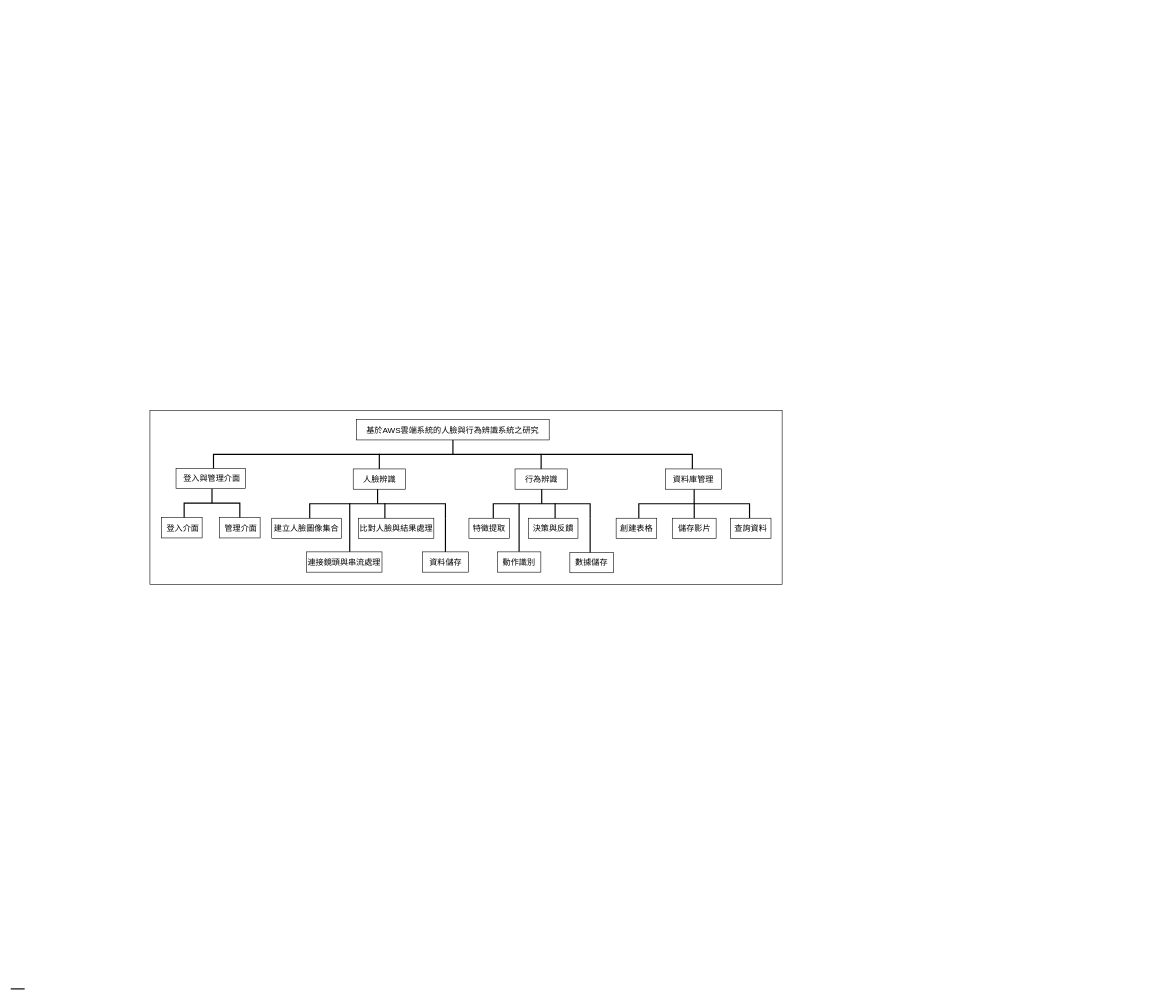
This is diagram/未命名绘图.drawio from sen2003/aws_faceDetect_project, a draw.io file, before an edit. Source tidied: cells renumbered, new cells numbered last; positions are measured from the earlier drawing's top-left corner, leaving out a move shared by most shapes. Both pictures are drawn from the tidied source at 58%, with x=0, y=0 at pixel (10, 215).
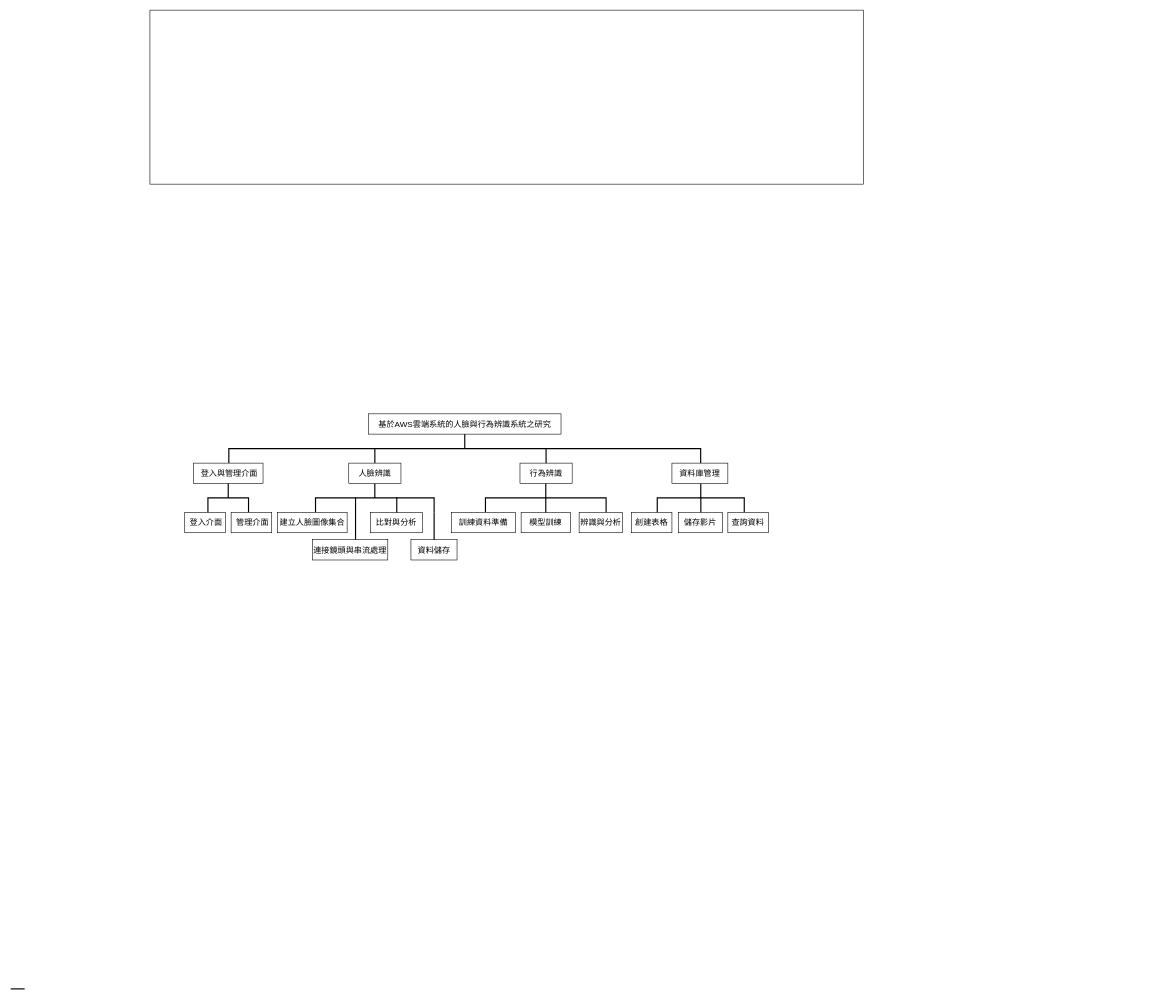
After the change.

Commit message (it also covers changes not shown here):
更新未命名绘图.drawio

Unchanged cells that the change refers to:
```xml
<mxCell id="4" style="group;" parent="3" vertex="1">
  <mxGeometry x="-186" y="246" width="1367" height="505.6" as="geometry" />
</mxCell>
<mxCell id="7" style="group;" parent="4" vertex="1">
  <mxGeometry x="166" y="120" width="373.5" height="143" as="geometry" />
</mxCell>
<mxCell id="15" style="group;" parent="11" vertex="1">
  <mxGeometry x="69.5" y="82" width="110" height="61" as="geometry" />
</mxCell>
```

What changed in the source:
```diff
@@
     <mxCell id="2" style="rounded=0;whiteSpace=wrap;html=1;" parent="1" vertex="1">
-      <mxGeometry x="240" y="337" width="1090" height="300" as="geometry" />
+      <mxGeometry x="240" y="-353" width="1230" height="300" as="geometry" />
     </mxCell>
     <mxCell id="3" style="group;strokeWidth=2;" parent="1" vertex="1">
-      <mxGeometry x="470" y="107" width="1500.6" height="1200" as="geometry" />
+      <mxGeometry x="470" y="97" width="1500.6" height="1200" as="geometry" />
     </mxCell>
@@
     <mxCell id="5" style="strokeWidth=2;html=1;shape=mxgraph.flowchart.annotation_2;align=left;labelPosition=right;rotation=90;perimeterSpacing=0;flipV=0;flipH=1;direction=west;" parent="4" vertex="1">
-      <mxGeometry x="453.4" y="-352.8" width="50" height="825.6" as="geometry" />
+      <mxGeometry x="473.8" y="-346.8" width="50" height="813.5" as="geometry" />
     </mxCell>
     <mxCell id="6" value="&lt;font style=&quot;font-size: 14px;&quot;&gt;基於AWS雲端系統的人臉與行為辨識系統之研究&lt;/font&gt;" style="rounded=0;whiteSpace=wrap;html=1;" parent="4" vertex="1">
-      <mxGeometry x="312.4" width="332" height="35" as="geometry" />
+      <mxGeometry x="332.8" width="332" height="35" as="geometry" />
     </mxCell>
@@
-    <mxCell id="8" style="group;" parent="7" vertex="1">
-      <mxGeometry x="140.5" y="-61" width="90" height="61" as="geometry" />
-    </mxCell>
-    <mxCell id="9" style="line;strokeWidth=2;direction=south;html=1;perimeter=backbonePerimeter;" parent="8" vertex="1">
-      <mxGeometry x="40" width="10" height="26" as="geometry" />
-    </mxCell>
-    <mxCell id="10" value="&lt;font style=&quot;font-size: 14px;&quot;&gt;人臉辨識&lt;/font&gt;" style="rounded=0;whiteSpace=wrap;html=1;" parent="8" vertex="1">
-      <mxGeometry y="26" width="90" height="35" as="geometry" />
-    </mxCell>
     <mxCell id="11" style="group;" parent="7" vertex="1">
-      <mxGeometry width="353" height="143" as="geometry" />
+      <mxGeometry x="10" width="353" height="143" as="geometry" />
     </mxCell>
-    <mxCell id="12" style="edgeStyle=orthogonalEdgeStyle;rounded=0;jettySize=auto;html=1;exitX=1;exitY=0;exitDx=0;exitDy=0;exitPerimeter=0;endArrow=none;endFill=0;strokeWidth=2;" parent="11" edge="1" source="13">
-      <mxGeometry relative="1" as="geometry">
-        <mxPoint x="308" y="115" as="targetPoint" />
-        <Array as="points">
-          <mxPoint x="299.5" y="50" />
-          <mxPoint x="299.5" y="115" />
-        </Array>
-      </mxGeometry>
-    </mxCell>
     <mxCell id="13" style="strokeWidth=2;html=1;shape=mxgraph.flowchart.annotation_2;align=left;labelPosition=right;direction=south;" parent="11" vertex="1">
-      <mxGeometry x="65.5" width="234" height="50" as="geometry" />
+      <mxGeometry x="65.5" width="204.5" height="50" as="geometry" />
     </mxCell>
@@
     <mxCell id="16" value="&lt;div&gt;&lt;font style=&quot;font-size: 14px;&quot;&gt;連接鏡頭與串流處理&lt;/font&gt;&lt;/div&gt;" style="rounded=0;whiteSpace=wrap;html=1;align=center;" parent="15" vertex="1">
-      <mxGeometry x="-9.4" y="26" width="130" height="35" as="geometry" />
+      <mxGeometry x="-9.4" y="15" width="130" height="35" as="geometry" />
     </mxCell>
-    <mxCell id="17" style="group;" parent="11" vertex="1">
-      <mxGeometry x="149.5" y="24" width="130" height="61" as="geometry" />
-    </mxCell>
+    <mxCell id="21" style="line;strokeWidth=2;direction=south;html=1;perimeter=backbonePerimeter;" parent="11" vertex="1">
+      <mxGeometry x="129.5" y="24" width="10" height="73" as="geometry" />
+    </mxCell>
-    <mxCell id="18" value="&lt;div style=&quot;font-size: 14px;&quot;&gt;&lt;font style=&quot;font-size: 14px;&quot;&gt;比對人臉與結果處理&lt;/font&gt;&lt;/div&gt;" style="rounded=0;whiteSpace=wrap;html=1;" parent="17" vertex="1">
-      <mxGeometry y="26" width="130" height="35" as="geometry" />
+    <mxCell id="18" value="&lt;div style=&quot;font-size: 14px;&quot;&gt;&lt;font style=&quot;font-size: 14px;&quot;&gt;比對與分析&lt;/font&gt;&lt;/div&gt;" style="rounded=0;whiteSpace=wrap;html=1;" parent="11" vertex="1">
+      <mxGeometry x="160" y="50" width="90" height="35" as="geometry" />
     </mxCell>
-    <mxCell id="19" style="line;strokeWidth=2;direction=south;html=1;perimeter=backbonePerimeter;" parent="17" vertex="1">
-      <mxGeometry x="40.6" width="10" height="26" as="geometry" />
+    <mxCell id="19" style="line;strokeWidth=2;direction=south;html=1;perimeter=backbonePerimeter;" parent="11" vertex="1">
+      <mxGeometry x="200.6" y="24" width="10" height="26" as="geometry" />
     </mxCell>
     <mxCell id="20" value="&lt;div style=&quot;font-size: 14px;&quot;&gt;&lt;font style=&quot;font-size: 14px;&quot;&gt;資料儲存&lt;/font&gt;&lt;/div&gt;" style="rounded=0;whiteSpace=wrap;html=1;" parent="11" vertex="1">
-      <mxGeometry x="260" y="108" width="79.5" height="35" as="geometry" />
+      <mxGeometry x="230" y="97" width="79.5" height="35" as="geometry" />
     </mxCell>
-    <mxCell id="21" style="line;strokeWidth=2;direction=south;html=1;perimeter=backbonePerimeter;" parent="11" vertex="1">
-      <mxGeometry x="129.5" y="24" width="10" height="84" as="geometry" />
-    </mxCell>
+    <mxCell id="51" style="edgeStyle=orthogonalEdgeStyle;rounded=0;jettySize=auto;html=1;exitX=1;exitY=0;exitDx=0;exitDy=0;exitPerimeter=0;endArrow=none;endFill=0;strokeWidth=2;" parent="11" edge="1" source="13" target="20">
+      <mxGeometry relative="1" as="geometry">
+        <Array as="points">
+          <mxPoint x="270" y="84" />
+          <mxPoint x="270" y="84" />
+        </Array>
+      </mxGeometry>
+    </mxCell>
+    <mxCell id="8" style="group;" parent="11" vertex="1">
+      <mxGeometry x="122.8" y="-61" width="90" height="61" as="geometry" />
+    </mxCell>
+    <mxCell id="9" style="line;strokeWidth=2;direction=south;html=1;perimeter=backbonePerimeter;" parent="8" vertex="1">
+      <mxGeometry x="40" width="10" height="26" as="geometry" />
+    </mxCell>
+    <mxCell id="10" value="&lt;font style=&quot;font-size: 14px;&quot;&gt;人臉辨識&lt;/font&gt;" style="rounded=0;whiteSpace=wrap;html=1;" parent="8" vertex="1">
+      <mxGeometry y="26" width="90" height="35" as="geometry" />
+    </mxCell>
@@
     <mxCell id="23" style="group;" parent="4" vertex="1">
-      <mxGeometry x="741.5" y="85" width="370" height="140" as="geometry" />
+      <mxGeometry x="786" y="85" width="370" height="140" as="geometry" />
     </mxCell>
     <mxCell id="24" style="group;" parent="23" vertex="1">
-      <mxGeometry x="18.3" width="267" height="120" as="geometry" />
+      <mxGeometry width="267" height="120" as="geometry" />
     </mxCell>
+    <mxCell id="52" style="group;" parent="24" vertex="1">
+      <mxGeometry width="236.4" height="120" as="geometry" />
+    </mxCell>
-    <mxCell id="25" style="strokeWidth=2;html=1;shape=mxgraph.flowchart.annotation_2;align=left;labelPosition=right;direction=south;" parent="24" vertex="1">
-      <mxGeometry x="39.1" y="35" width="190.9" height="50" as="geometry" />
+    <mxCell id="25" style="strokeWidth=2;html=1;shape=mxgraph.flowchart.annotation_2;align=left;labelPosition=right;direction=south;" parent="52" vertex="1">
+      <mxGeometry x="44.7" y="35" width="150" height="50" as="geometry" />
     </mxCell>
-    <mxCell id="26" value="&lt;div style=&quot;font-size: 14px;&quot;&gt;創建表格&lt;/div&gt;" style="rounded=0;whiteSpace=wrap;html=1;align=center;" parent="24" vertex="1">
+    <mxCell id="26" value="&lt;div style=&quot;font-size: 14px;&quot;&gt;創建表格&lt;/div&gt;" style="rounded=0;whiteSpace=wrap;html=1;align=center;" parent="52" vertex="1">
       <mxGeometry y="85" width="70" height="35" as="geometry" />
     </mxCell>
-    <mxCell id="27" style="group;" parent="24" vertex="1">
-      <mxGeometry x="96.8" y="59" width="75.6" height="61" as="geometry" />
+    <mxCell id="27" style="group;" parent="52" vertex="1">
+      <mxGeometry x="81.4" y="59" width="75.6" height="61" as="geometry" />
     </mxCell>
     <mxCell id="28" style="line;strokeWidth=2;direction=south;html=1;perimeter=backbonePerimeter;" parent="27" vertex="1">
-      <mxGeometry x="34.4" width="6.9" height="26" as="geometry" />
+      <mxGeometry x="35" width="6.9" height="26" as="geometry" />
     </mxCell>
-    <mxCell id="29" value="&lt;div style=&quot;font-size: 14px;&quot;&gt;&lt;font style=&quot;font-size: 14px;&quot;&gt;查詢資料&lt;/font&gt;&lt;/div&gt;" style="rounded=0;whiteSpace=wrap;html=1;" parent="24" vertex="1">
-      <mxGeometry x="197" y="85" width="70" height="35" as="geometry" />
+    <mxCell id="29" value="&lt;div style=&quot;font-size: 14px;&quot;&gt;&lt;font style=&quot;font-size: 14px;&quot;&gt;查詢資料&lt;/font&gt;&lt;/div&gt;" style="rounded=0;whiteSpace=wrap;html=1;" parent="52" vertex="1">
+      <mxGeometry x="166.4" y="85" width="70" height="35" as="geometry" />
     </mxCell>
-    <mxCell id="30" value="&lt;div&gt;&lt;font style=&quot;font-size: 14px;&quot;&gt;儲存影片&lt;/font&gt;&lt;/div&gt;" style="rounded=0;whiteSpace=wrap;html=1;align=center;" parent="24" vertex="1">
-      <mxGeometry x="96.8" y="85" width="75.6" height="35" as="geometry" />
+    <mxCell id="30" value="&lt;div&gt;&lt;font style=&quot;font-size: 14px;&quot;&gt;儲存影片&lt;/font&gt;&lt;/div&gt;" style="rounded=0;whiteSpace=wrap;html=1;align=center;" parent="52" vertex="1">
+      <mxGeometry x="81.4" y="85" width="75.6" height="35" as="geometry" />
     </mxCell>
-    <mxCell id="31" value="&lt;font style=&quot;font-size: 14px;&quot;&gt;資料庫管理&lt;/font&gt;" style="rounded=0;whiteSpace=wrap;html=1;" parent="24" vertex="1">
-      <mxGeometry x="85.3" width="96.4" height="35" as="geometry" />
+    <mxCell id="31" value="&lt;font style=&quot;font-size: 14px;&quot;&gt;資料庫管理&lt;/font&gt;" style="rounded=0;whiteSpace=wrap;html=1;" parent="52" vertex="1">
+      <mxGeometry x="70" width="96.4" height="35" as="geometry" />
     </mxCell>
+    <mxCell id="53" style="group;" parent="4" vertex="1">
+      <mxGeometry x="521" y="59" width="298.3" height="205" as="geometry" />
+    </mxCell>
-    <mxCell id="32" style="group;" parent="4" vertex="1">
-      <mxGeometry x="506" y="59" width="249" height="205" as="geometry" />
+    <mxCell id="32" style="group;" parent="53" vertex="1">
+      <mxGeometry width="298.3" height="205" as="geometry" />
     </mxCell>
-    <mxCell id="33" style="group;" parent="32" vertex="1">
-      <mxGeometry x="79.5" width="90" height="61" as="geometry" />
-    </mxCell>
-    <mxCell id="34" style="line;strokeWidth=2;direction=south;html=1;perimeter=backbonePerimeter;" parent="33" vertex="1">
-      <mxGeometry x="40" width="10" height="26" as="geometry" />
+    <mxCell id="34" style="line;strokeWidth=2;direction=south;html=1;perimeter=backbonePerimeter;" parent="32" vertex="1">
+      <mxGeometry x="113" width="10" height="40" as="geometry" />
     </mxCell>
-    <mxCell id="35" value="&lt;font style=&quot;font-size: 14px;&quot;&gt;行為辨識&lt;/font&gt;" style="rounded=0;whiteSpace=wrap;html=1;" parent="33" vertex="1">
-      <mxGeometry y="26" width="90" height="35" as="geometry" />
+    <mxCell id="35" value="&lt;font style=&quot;font-size: 14px;&quot;&gt;行為辨識&lt;/font&gt;" style="rounded=0;whiteSpace=wrap;html=1;" parent="32" vertex="1">
+      <mxGeometry x="73" y="26" width="90" height="35" as="geometry" />
     </mxCell>
     <mxCell id="36" style="strokeWidth=2;html=1;shape=mxgraph.flowchart.annotation_2;align=left;labelPosition=right;direction=south;" parent="32" vertex="1">
-      <mxGeometry x="42" y="61" width="167" height="50" as="geometry" />
+      <mxGeometry x="13.5" y="61" width="208" height="50" as="geometry" />
     </mxCell>
-    <mxCell id="37" value="&lt;div style=&quot;font-size: 14px;&quot;&gt;&lt;font style=&quot;font-size: 14px;&quot;&gt;特徵提取&lt;/font&gt;&lt;/div&gt;" style="rounded=0;whiteSpace=wrap;html=1;align=center;" parent="32" vertex="1">
-      <mxGeometry y="111" width="70" height="35" as="geometry" />
+    <mxCell id="37" value="&lt;div style=&quot;font-size: 14px;&quot;&gt;&lt;font style=&quot;font-size: 14px;&quot;&gt;訓練資料準備&lt;/font&gt;&lt;/div&gt;" style="rounded=0;whiteSpace=wrap;html=1;align=center;" parent="32" vertex="1">
+      <mxGeometry x="-45" y="111" width="110" height="35" as="geometry" />
     </mxCell>
-    <mxCell id="38" value="&lt;div style=&quot;font-size: 14px;&quot;&gt;&lt;font style=&quot;font-size: 14px;&quot;&gt;數據儲存&lt;/font&gt;&lt;/div&gt;" style="rounded=0;whiteSpace=wrap;html=1;" parent="32" vertex="1">
-      <mxGeometry x="174" y="170" width="75" height="35" as="geometry" />
+    <mxCell id="38" value="&lt;div style=&quot;font-size: 14px;&quot;&gt;&lt;font style=&quot;font-size: 14px;&quot;&gt;辨識與分析&lt;/font&gt;&lt;/div&gt;" style="rounded=0;whiteSpace=wrap;html=1;" parent="32" vertex="1">
+      <mxGeometry x="175" y="111" width="75" height="35" as="geometry" />
     </mxCell>
-    <mxCell id="39" style="edgeStyle=orthogonalEdgeStyle;rounded=0;jettySize=auto;html=1;exitX=1;exitY=0;exitDx=0;exitDy=0;exitPerimeter=0;endArrow=none;endFill=0;strokeWidth=2;endSize=6;" parent="32" edge="1" source="36">
-      <mxGeometry relative="1" as="geometry">
-        <mxPoint x="209" y="170" as="targetPoint" />
-      </mxGeometry>
-    </mxCell>
-    <mxCell id="40" value="&lt;div style=&quot;font-size: 14px;&quot;&gt;&lt;font style=&quot;font-size: 14px;&quot;&gt;決策與反饋&lt;/font&gt;&lt;/div&gt;" style="rounded=0;whiteSpace=wrap;html=1;" parent="32" vertex="1">
-      <mxGeometry x="103" y="111" width="85" height="35" as="geometry" />
+    <mxCell id="40" value="&lt;div style=&quot;font-size: 14px;&quot;&gt;模型訓練&lt;/div&gt;" style="rounded=0;whiteSpace=wrap;html=1;" parent="32" vertex="1">
+      <mxGeometry x="75" y="111" width="85" height="35" as="geometry" />
     </mxCell>
     <mxCell id="41" style="line;strokeWidth=2;direction=south;html=1;perimeter=backbonePerimeter;" parent="32" vertex="1">
-      <mxGeometry x="143.6" y="85" width="10" height="26" as="geometry" />
+      <mxGeometry x="112.5" y="85" width="10" height="26" as="geometry" />
     </mxCell>
-    <mxCell id="42" style="line;strokeWidth=2;direction=south;html=1;perimeter=backbonePerimeter;" parent="32" vertex="1">
-      <mxGeometry x="81.5" y="85" width="10" height="84" as="geometry" />
-    </mxCell>
-    <mxCell id="43" value="&lt;div&gt;&lt;font style=&quot;font-size: 14px;&quot;&gt;動作識別&lt;/font&gt;&lt;/div&gt;" style="rounded=0;whiteSpace=wrap;html=1;align=center;" parent="32" vertex="1">
-      <mxGeometry x="49" y="169" width="75" height="35" as="geometry" />
-    </mxCell>
@@
     <mxCell id="45" style="group;" parent="1" vertex="1">
-      <mxGeometry x="230" y="437" width="210" height="120" as="geometry" />
+      <mxGeometry x="250" y="428" width="210" height="120" as="geometry" />
     </mxCell>
     <mxCell id="46" style="group;" parent="45" vertex="1">
-      <mxGeometry x="30" width="170" height="120" as="geometry" />
+      <mxGeometry x="40" width="170" height="120" as="geometry" />
     </mxCell>
@@
     <mxCell id="48" style="strokeWidth=2;html=1;shape=mxgraph.flowchart.annotation_2;align=left;labelPosition=right;direction=south;" parent="46" vertex="1">
-      <mxGeometry x="39" y="35" width="96" height="50" as="geometry" />
+      <mxGeometry x="50" y="35" width="70" height="50" as="geometry" />
     </mxCell>
     <mxCell id="49" value="&lt;font style=&quot;font-size: 14px;&quot;&gt;&amp;nbsp;登入介面&lt;/font&gt;" style="rounded=0;whiteSpace=wrap;html=1;" parent="46" vertex="1">
-      <mxGeometry y="85" width="70" height="35" as="geometry" />
+      <mxGeometry x="10" y="85" width="70" height="35" as="geometry" />
     </mxCell>
     <mxCell id="50" value="&lt;font style=&quot;font-size: 14px;&quot;&gt;&amp;nbsp;管理介面&lt;/font&gt;" style="rounded=0;whiteSpace=wrap;html=1;align=center;" parent="46" vertex="1">
-      <mxGeometry x="100" y="85" width="70" height="35" as="geometry" />
+      <mxGeometry x="90" y="85" width="70" height="35" as="geometry" />
     </mxCell>
```
